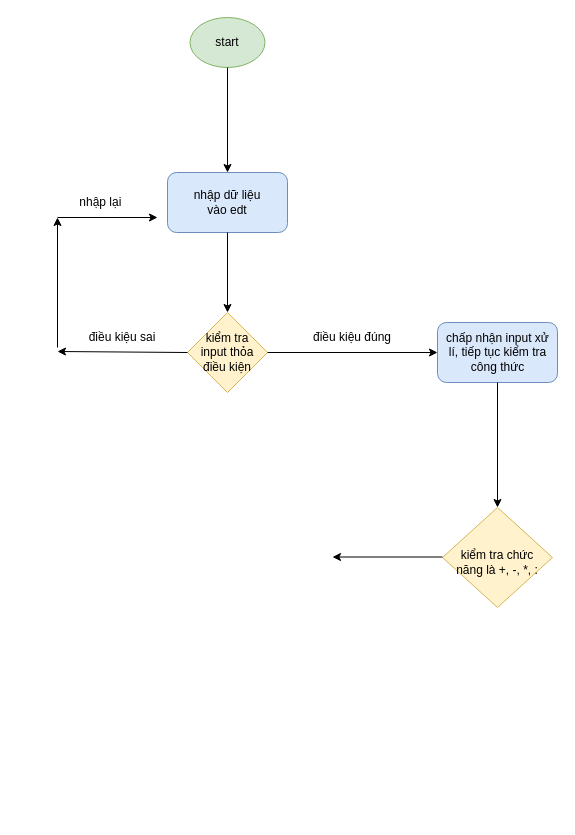
Above: Biểu đồ không có tiêu đề.drawio in tpnguyen04/Calculator11092023 (draw.io), before the change. Source tidied: cells renumbered, new cells numbered last; positions are measured from the earlier drawing's top-left corner, leaving out a move shared by most shapes. Both pictures are drawn from the tidied source at 100%, with x=0, y=0 at pixel (57, 17).
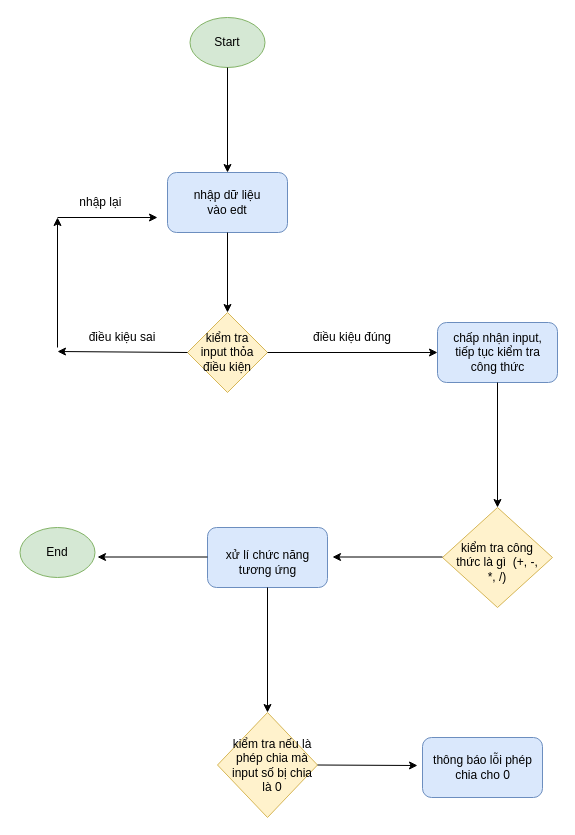
The same diagram, later.

Commit message:
Cập nhật Biểu đồ không có tiêu đề.drawio

Diff of the diagram source:
```diff
@@
-    <mxCell id="6" value="start" style="text;html=1;strokeColor=none;fillColor=none;align=center;verticalAlign=middle;whiteSpace=wrap;rounded=0;" parent="1" vertex="1">
+    <mxCell id="6" value="Start" style="text;html=1;strokeColor=none;fillColor=none;align=center;verticalAlign=middle;whiteSpace=wrap;rounded=0;" parent="1" vertex="1">
       <mxGeometry x="130" y="10" width="80" height="30" as="geometry" />
     </mxCell>
@@
-    <mxCell id="13" value="chấp nhận input xử lí, tiếp tục kiểm tra công thức" style="text;html=1;strokeColor=none;fillColor=none;align=center;verticalAlign=middle;whiteSpace=wrap;rounded=0;" parent="1" vertex="1">
+    <mxCell id="13" value="chấp nhận input, tiếp tục kiểm tra công thức" style="text;html=1;strokeColor=none;fillColor=none;align=center;verticalAlign=middle;whiteSpace=wrap;rounded=0;" parent="1" vertex="1">
       <mxGeometry x="387.5" y="320" width="105" height="30" as="geometry" />
     </mxCell>
@@
-    <mxCell id="22" value="kiểm tra chức năng là +, -, *, :" style="text;html=1;strokeColor=none;fillColor=none;align=center;verticalAlign=middle;whiteSpace=wrap;rounded=0;" parent="1" vertex="1">
+    <mxCell id="22" value="kiểm tra công thức là gì&amp;nbsp; (+, -, *, /)" style="text;html=1;strokeColor=none;fillColor=none;align=center;verticalAlign=middle;whiteSpace=wrap;rounded=0;" parent="1" vertex="1">
       <mxGeometry x="395" y="530" width="90" height="30" as="geometry" />
     </mxCell>
@@
+    <mxCell id="24" style="rounded=1;whiteSpace=wrap;html=1;fillColor=#dae8fc;strokeColor=#6c8ebf;" parent="1" vertex="1">
+      <mxGeometry x="150" y="510" width="120" height="60" as="geometry" />
+    </mxCell>
+    <mxCell id="25" value="xử lí chức năng tương ứng" style="text;html=1;strokeColor=none;fillColor=none;align=center;verticalAlign=middle;whiteSpace=wrap;rounded=0;" parent="1" vertex="1">
+      <mxGeometry x="157.5" y="530" width="105" height="30" as="geometry" />
+    </mxCell>
+    <mxCell id="26" style="endArrow=classic;html=1;rounded=0;" parent="1" edge="1">
+      <mxGeometry relative="1" as="geometry">
+        <mxPoint x="150" y="539.5" as="sourcePoint" />
+        <mxPoint x="40" y="539.5" as="targetPoint" />
+      </mxGeometry>
+    </mxCell>
+    <mxCell id="27" style="ellipse;whiteSpace=wrap;html=1;fillColor=#d5e8d4;strokeColor=#82b366;" parent="1" vertex="1">
+      <mxGeometry x="-37.5" y="510" width="75" height="50" as="geometry" />
+    </mxCell>
+    <mxCell id="28" value="End" style="text;html=1;strokeColor=none;fillColor=none;align=center;verticalAlign=middle;whiteSpace=wrap;rounded=0;" parent="1" vertex="1">
+      <mxGeometry x="-40" y="520" width="80" height="30" as="geometry" />
+    </mxCell>
+    <mxCell id="29" style="endArrow=classic;html=1;rounded=0;exitX=0.5;exitY=1;exitDx=0;exitDy=0;" parent="1" edge="1">
+      <mxGeometry relative="1" as="geometry">
+        <mxPoint x="210" y="570" as="sourcePoint" />
+        <mxPoint x="210" y="695" as="targetPoint" />
+      </mxGeometry>
+    </mxCell>
+    <mxCell id="30" style="rhombus;whiteSpace=wrap;html=1;fillColor=#fff2cc;strokeColor=#d6b656;direction=south;" parent="1" vertex="1">
+      <mxGeometry x="160" y="695" width="100" height="105" as="geometry" />
+    </mxCell>
+    <mxCell id="31" value="kiểm tra nếu là phép chia mà input số bị chia là 0" style="text;html=1;strokeColor=none;fillColor=none;align=center;verticalAlign=middle;whiteSpace=wrap;rounded=0;" parent="1" vertex="1">
+      <mxGeometry x="170" y="732.5" width="90" height="30" as="geometry" />
+    </mxCell>
+    <mxCell id="32" style="endArrow=classic;html=1;rounded=0;exitX=1;exitY=0.5;exitDx=0;exitDy=0;" parent="1" edge="1" source="31">
+      <mxGeometry relative="1" as="geometry">
+        <mxPoint x="360" y="748" as="targetPoint" />
+      </mxGeometry>
+    </mxCell>
+    <mxCell id="33" style="rounded=1;whiteSpace=wrap;html=1;fillColor=#dae8fc;strokeColor=#6c8ebf;" parent="1" vertex="1">
+      <mxGeometry x="365" y="720" width="120" height="60" as="geometry" />
+    </mxCell>
+    <mxCell id="34" value="thông báo lỗi phép chia cho 0" style="text;html=1;strokeColor=none;fillColor=none;align=center;verticalAlign=middle;whiteSpace=wrap;rounded=0;" parent="1" vertex="1">
+      <mxGeometry x="372.5" y="735" width="105" height="30" as="geometry" />
+    </mxCell>
```
